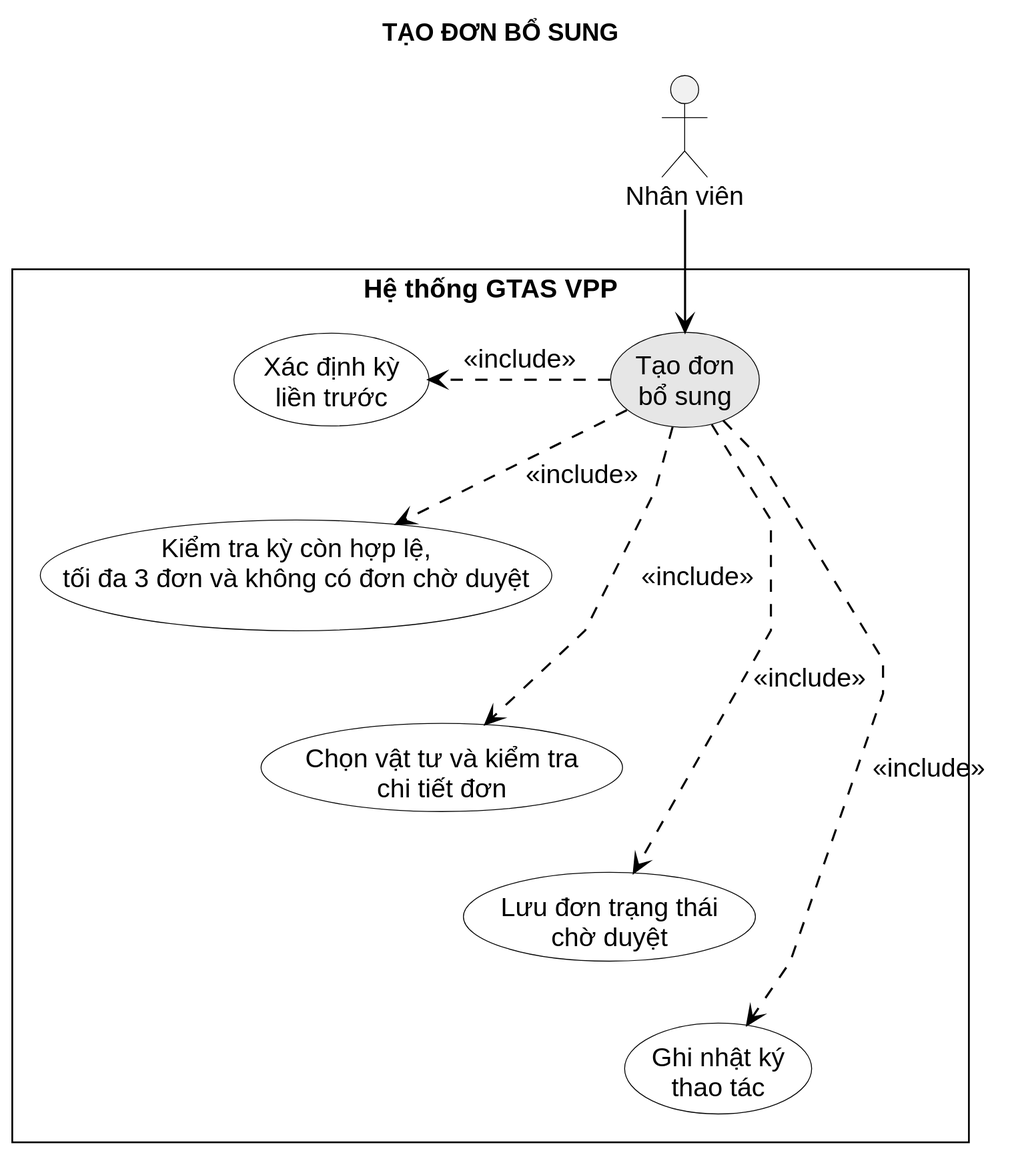
Above: LVTN/diagrams/ch03/use-case-create-additional-request.svg in Miikey24s/gtas_vpp (PlantUML), before the change.
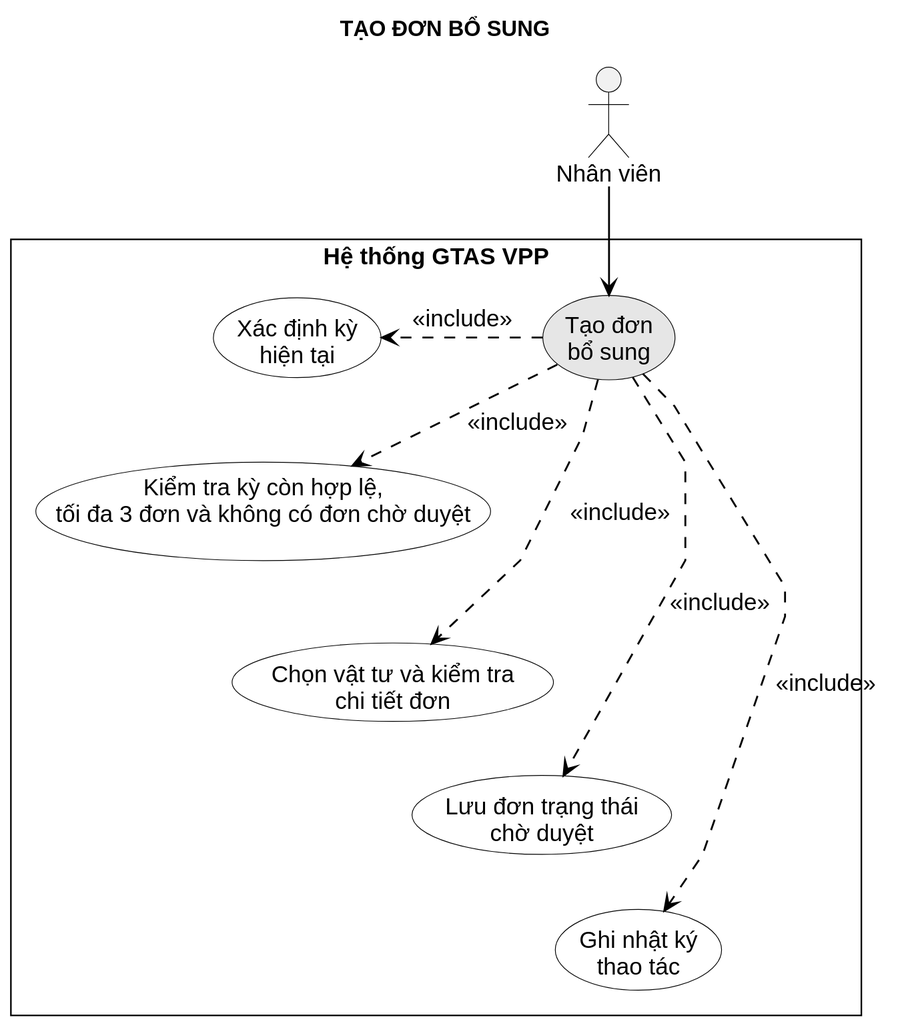
The same diagram one commit later.

The edit, as a diff of the source:
```diff
@@ -6,20 +6,20 @@
 
 rectangle "Hệ thống GTAS VPP" {
   usecase "Tạo đơn\nbổ sung" as Create #E6E6E6
-  usecase "Xác định kỳ\nliền trước" as PreviousPeriod
+  usecase "Xác định kỳ\nhiện tại" as CurrentPeriod
   usecase "Kiểm tra kỳ còn hợp lệ,\ntối đa 3 đơn và không có đơn chờ duyệt" as Validate
   usecase "Chọn vật tư và kiểm tra\nchi tiết đơn" as Items
   usecase "Lưu đơn trạng thái\nchờ duyệt" as Persist
   usecase "Ghi nhật ký\nthao tác" as Log
 
-  Create -[hidden]right- PreviousPeriod
-  Create .> PreviousPeriod : <<include>>
+  Create -[hidden]right- CurrentPeriod
+  Create .> CurrentPeriod : <<include>>
   Create .> Validate : <<include>>
   Create .> Items : <<include>>
   Create .> Persist : <<include>>
   Create .> Log : <<include>>
 
-  PreviousPeriod -[hidden]down- Validate
+  CurrentPeriod -[hidden]down- Validate
   Validate -[hidden]down- Items
   Items -[hidden]down- Persist
   Persist -[hidden]down- Log
```
